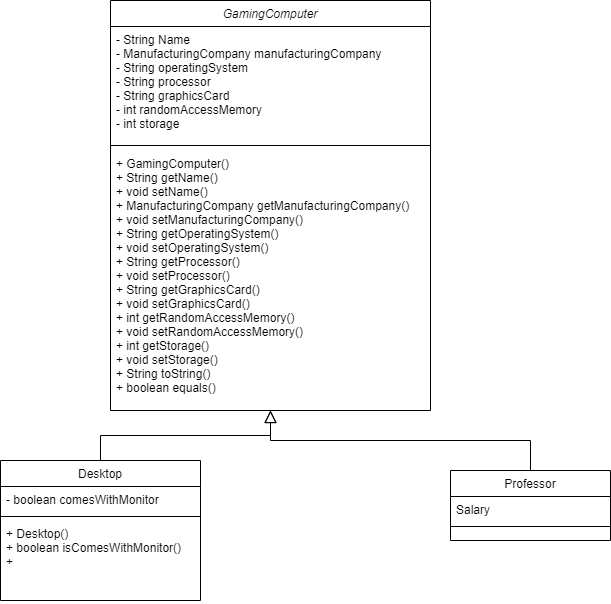
Above: Module3/ProgrammingAssignment/ChapterNineAssignment/GamingComputerUML.png in njlowhorn/Java_Class (draw.io), before the change. Source tidied: cells renumbered, new cells last; positions are measured from the earlier drawing's top-left corner, leaving out a move shared by most shapes.
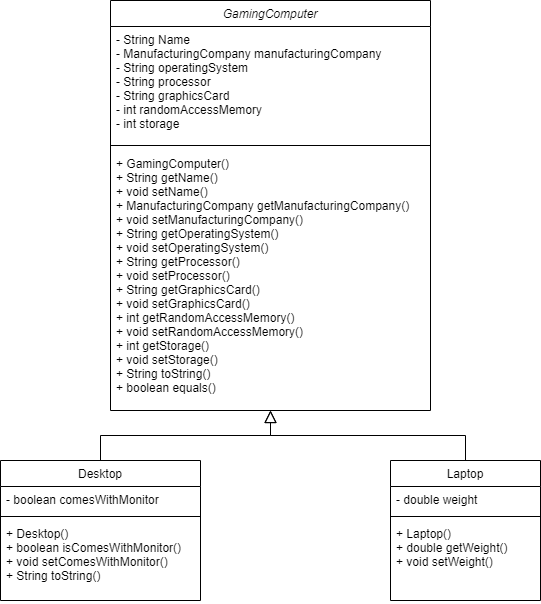
After the commit.

Change to the diagram source:
```diff
@@ -23,21 +23,24 @@
     <mxCell id="8" style="line;html=1;strokeWidth=1;align=left;verticalAlign=middle;spacingTop=-1;spacingLeft=3;spacingRight=3;labelPosition=right;" parent="6" vertex="1">
       <mxGeometry y="52" width="200" height="8" as="geometry" />
     </mxCell>
-    <mxCell id="9" value="+ Desktop()&#10;+ boolean isComesWithMonitor()&#10;+ " style="text;align=left;verticalAlign=top;spacingLeft=4;spacingRight=4;overflow=hidden;fontStyle=0;" parent="6" vertex="1">
+    <mxCell id="9" value="+ Desktop()&#10;+ boolean isComesWithMonitor()&#10;+ void setComesWithMonitor()&#10;+ String toString()" style="text;align=left;verticalAlign=top;spacingLeft=4;spacingRight=4;overflow=hidden;fontStyle=0;" parent="6" vertex="1">
       <mxGeometry y="60" width="200" height="80" as="geometry" />
     </mxCell>
     <mxCell id="10" style="endArrow=block;endSize=10;endFill=0;shadow=0;strokeWidth=1;rounded=0;edgeStyle=elbowEdgeStyle;elbow=vertical;" parent="1" edge="1" source="6" target="2">
       <mxGeometry relative="1" as="geometry" />
     </mxCell>
-    <mxCell id="11" value="Professor" style="swimlane;fontStyle=0;align=center;verticalAlign=top;horizontal=1;startSize=26;rounded=0;shadow=0;strokeWidth=1;" parent="1" vertex="1">
-      <mxGeometry x="450" y="470" width="160" height="70" as="geometry" />
+    <mxCell id="11" value="Laptop" style="swimlane;fontStyle=0;align=center;verticalAlign=top;horizontal=1;startSize=26;rounded=0;shadow=0;strokeWidth=1;" parent="1" vertex="1">
+      <mxGeometry x="390" y="460" width="150" height="140" as="geometry" />
     </mxCell>
-    <mxCell id="12" value="Salary" style="text;align=left;verticalAlign=top;spacingLeft=4;spacingRight=4;overflow=hidden;" parent="11" vertex="1">
-      <mxGeometry y="26" width="160" height="26" as="geometry" />
+    <mxCell id="12" value="- double weight" style="text;align=left;verticalAlign=top;spacingLeft=4;spacingRight=4;overflow=hidden;" parent="11" vertex="1">
+      <mxGeometry y="26" width="150" height="26" as="geometry" />
     </mxCell>
     <mxCell id="13" style="line;html=1;strokeWidth=1;align=left;verticalAlign=middle;spacingTop=-1;spacingLeft=3;spacingRight=3;labelPosition=right;" parent="11" vertex="1">
-      <mxGeometry y="52" width="160" height="8" as="geometry" />
+      <mxGeometry y="52" width="150" height="8" as="geometry" />
     </mxCell>
+    <mxCell id="15" value="+ Laptop()&#10;+ double getWeight()&#10;+ void setWeight()" style="text;align=left;verticalAlign=top;spacingLeft=4;spacingRight=4;overflow=hidden;fontStyle=0;" parent="11" vertex="1">
+      <mxGeometry y="60" width="150" height="80" as="geometry" />
+    </mxCell>
     <mxCell id="14" style="endArrow=block;endSize=10;endFill=0;shadow=0;strokeWidth=1;rounded=0;edgeStyle=elbowEdgeStyle;elbow=vertical;" parent="1" edge="1" source="11" target="2">
       <mxGeometry relative="1" as="geometry" />
     </mxCell>
```
